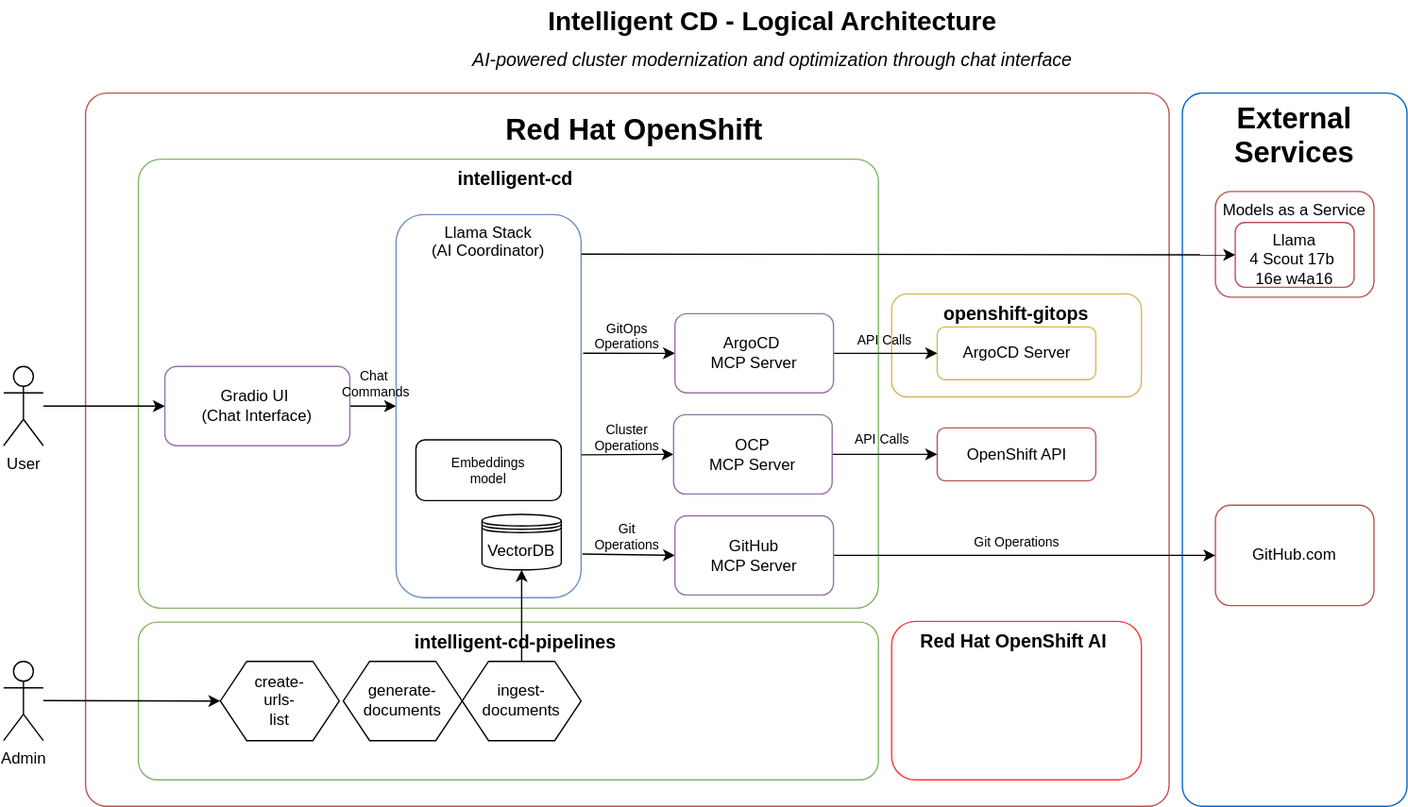
The draw.io diagram docs/images/architecture.svg in alvarolop/intelligent-cd, before a commit. Source tidied: cells renumbered, new cells last; positions are measured from the earlier drawing's top-left corner, leaving out a move shared by most shapes.
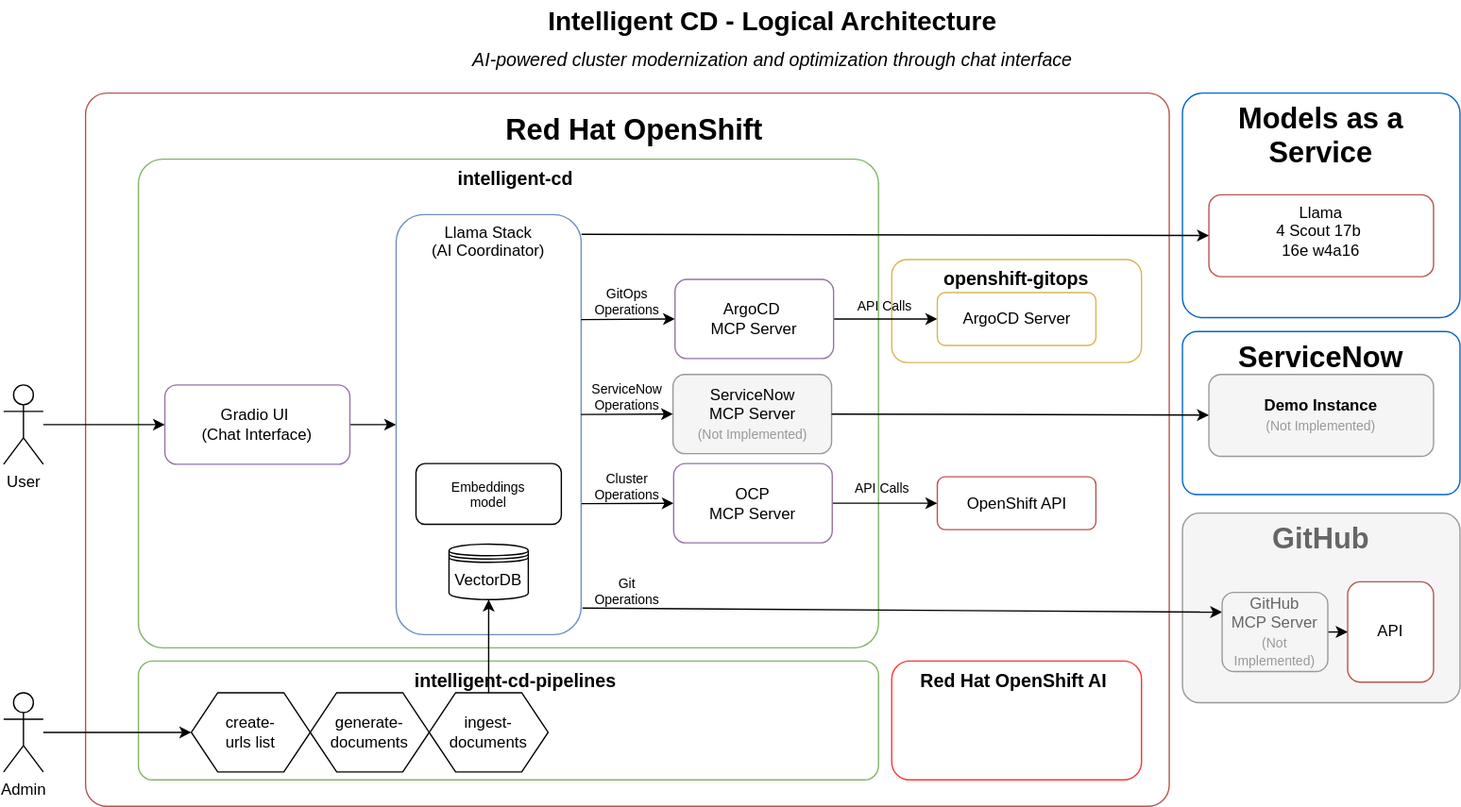
Above is the later version.

Commit message:
🎨 Improve the architecture diagram

Change to the diagram source:
```diff
@@ -2,40 +2,45 @@
   <root>
     <mxCell id="0" />
     <mxCell id="1" parent="0" />
+    <mxCell id="45" value="GitHub" style="rounded=1;whiteSpace=wrap;html=1;fillColor=#f5f5f5;strokeColor=#999999;fontSize=22;fontStyle=1;arcSize=9;verticalAlign=top;fontColor=#666666;" parent="1" vertex="1">
+      <mxGeometry x="892" y="388" width="210" height="143.5" as="geometry" />
+    </mxCell>
     <mxCell id="2" value="Red Hat OpenShift" style="rounded=1;whiteSpace=wrap;html=1;fillColor=#ffffff;strokeColor=#b85450;fontSize=22;fontStyle=1;align=center;verticalAlign=top;spacingLeft=11;spacingTop=9;arcSize=3;" parent="1" vertex="1">
       <mxGeometry x="62" y="70" width="820" height="540" as="geometry" />
     </mxCell>
     <mxCell id="3" value="intelligent-cd" style="rounded=1;whiteSpace=wrap;html=1;fillColor=#ffffff;strokeColor=#82b366;fontSize=14;fontStyle=1;align=center;verticalAlign=top;spacingLeft=11;arcSize=5;" parent="1" vertex="1">
-      <mxGeometry x="102" y="120" width="560" height="340" as="geometry" />
+      <mxGeometry x="102" y="120" width="560" height="370" as="geometry" />
     </mxCell>
     <mxCell id="4" value="openshift-gitops" style="rounded=1;whiteSpace=wrap;html=1;fillColor=#ffffff;strokeColor=#d6b656;fontSize=14;fontStyle=1;verticalAlign=top;" parent="1" vertex="1">
-      <mxGeometry x="672" y="222" width="189" height="78" as="geometry" />
+      <mxGeometry x="672" y="196" width="189" height="78" as="geometry" />
     </mxCell>
-    <mxCell id="5" value="External Services" style="rounded=1;whiteSpace=wrap;html=1;fillColor=#ffffff;strokeColor=#0066CC;fontSize=22;fontStyle=1;arcSize=9;verticalAlign=top;" parent="1" vertex="1">
-      <mxGeometry x="892" y="70" width="170" height="540" as="geometry" />
+    <mxCell id="5" value="Models as a Service" style="rounded=1;whiteSpace=wrap;html=1;fillColor=#ffffff;strokeColor=#0066CC;fontSize=22;fontStyle=1;arcSize=9;verticalAlign=top;" parent="1" vertex="1">
+      <mxGeometry x="892" y="70" width="210" height="170" as="geometry" />
     </mxCell>
     <mxCell id="6" style="edgeStyle=none;html=1;exitX=1;exitY=0.5;exitDx=0;exitDy=0;entryX=0;entryY=0.5;entryDx=0;entryDy=0;" parent="1" edge="1" source="7" target="9">
       <mxGeometry relative="1" as="geometry" />
     </mxCell>
     <mxCell id="7" value="Gradio UI&amp;nbsp;&lt;div&gt;(Chat Interface)&lt;/div&gt;" style="rounded=1;whiteSpace=wrap;html=1;fillColor=#ffffff;strokeColor=#9673a6;fontSize=12;" parent="1" vertex="1">
-      <mxGeometry x="122" y="277" width="140" height="60" as="geometry" />
+      <mxGeometry x="122" y="291" width="140" height="60" as="geometry" />
     </mxCell>
-    <mxCell id="8" style="edgeStyle=none;html=1;exitX=1.007;exitY=0.886;exitDx=0;exitDy=0;entryX=0;entryY=0.5;entryDx=0;entryDy=0;exitPerimeter=0;" parent="1" edge="1" source="9" target="28">
-      <mxGeometry relative="1" as="geometry" />
+    <mxCell id="8" style="edgeStyle=none;html=1;exitX=1.007;exitY=0.886;exitDx=0;exitDy=0;entryX=0;entryY=0.25;entryDx=0;entryDy=0;exitPerimeter=0;" parent="1" edge="1" target="28">
+      <mxGeometry relative="1" as="geometry">
+        <mxPoint x="438" y="459.9" as="sourcePoint" />
+      </mxGeometry>
     </mxCell>
     <mxCell id="9" value="Llama Stack&#10;(AI Coordinator)" style="rounded=1;whiteSpace=wrap;html=1;fillColor=none;strokeColor=#6c8ebf;fontSize=12;verticalAlign=top;" parent="1" vertex="1">
-      <mxGeometry x="297" y="162" width="140" height="290" as="geometry" />
+      <mxGeometry x="297" y="162" width="140" height="318" as="geometry" />
     </mxCell>
     <mxCell id="10" value="ArgoCD Server" style="rounded=1;whiteSpace=wrap;html=1;fillColor=#ffffff;strokeColor=#d6b656;fontSize=12;" parent="1" vertex="1">
-      <mxGeometry x="706.5" y="247" width="120" height="40" as="geometry" />
+      <mxGeometry x="706.5" y="221" width="120" height="40" as="geometry" />
     </mxCell>
-    <mxCell id="11" value="GitHub.com" style="rounded=1;whiteSpace=wrap;html=1;fillColor=#ffffff;strokeColor=#b85450;fontSize=12;" parent="1" vertex="1">
-      <mxGeometry x="917" y="382" width="120" height="76" as="geometry" />
+    <mxCell id="11" value="API" style="rounded=1;whiteSpace=wrap;html=1;fillColor=#ffffff;strokeColor=#b85450;fontSize=12;" parent="1" vertex="1">
+      <mxGeometry x="1017" y="440" width="65" height="76" as="geometry" />
     </mxCell>
     <mxCell id="12" value="OpenShift API" style="rounded=1;whiteSpace=wrap;html=1;fillColor=#ffffff;strokeColor=#b85450;fontSize=12;" parent="1" vertex="1">
-      <mxGeometry x="706.5" y="323.5" width="120" height="40" as="geometry" />
+      <mxGeometry x="706.5" y="360.5" width="120" height="40" as="geometry" />
     </mxCell>
-    <mxCell id="13" style="endArrow=classic;html=1;rounded=0;exitX=1.011;exitY=0.362;exitDx=0;exitDy=0;entryX=0;entryY=0.5;entryDx=0;entryDy=0;exitPerimeter=0;" parent="1" edge="1" source="9" target="24">
+    <mxCell id="13" style="endArrow=classic;html=1;rounded=0;exitX=1;exitY=0.25;exitDx=0;exitDy=0;entryX=0;entryY=0.5;entryDx=0;entryDy=0;" parent="1" edge="1" source="9" target="24">
       <mxGeometry relative="1" as="geometry" />
     </mxCell>
     <mxCell id="14" style="endArrow=classic;html=1;rounded=0;exitX=1;exitY=0.5;exitDx=0;exitDy=0;entryX=0;entryY=0.5;entryDx=0;entryDy=0;" parent="1" edge="1" source="28" target="11">
@@ -44,20 +49,14 @@
     <mxCell id="15" style="endArrow=classic;html=1;rounded=0;exitX=1;exitY=0.5;exitDx=0;exitDy=0;entryX=0;entryY=0.5;entryDx=0;entryDy=0;" parent="1" edge="1" source="31" target="12">
       <mxGeometry relative="1" as="geometry" />
     </mxCell>
-    <mxCell id="16" value="Chat&amp;nbsp;&lt;div&gt;Commands&lt;/div&gt;" style="text;html=1;strokeColor=none;fillColor=none;align=center;verticalAlign=middle;whiteSpace=wrap;rounded=0;fontSize=10;" parent="1" vertex="1">
-      <mxGeometry x="242" y="280" width="80" height="20" as="geometry" />
-    </mxCell>
     <mxCell id="17" value="Cluster Operations" style="text;html=1;strokeColor=none;fillColor=none;align=center;verticalAlign=middle;whiteSpace=wrap;rounded=0;fontSize=10;" parent="1" vertex="1">
-      <mxGeometry x="432" y="321" width="80" height="20" as="geometry" />
+      <mxGeometry x="432" y="358" width="80" height="20" as="geometry" />
     </mxCell>
     <mxCell id="18" value="GitOps Operations" style="text;html=1;strokeColor=none;fillColor=none;align=center;verticalAlign=middle;whiteSpace=wrap;rounded=0;fontSize=10;" parent="1" vertex="1">
-      <mxGeometry x="432" y="244" width="80" height="20" as="geometry" />
+      <mxGeometry x="432" y="218" width="80" height="20" as="geometry" />
     </mxCell>
-    <mxCell id="19" value="Git Operations" style="text;html=1;strokeColor=none;fillColor=none;align=center;verticalAlign=middle;whiteSpace=wrap;rounded=0;fontSize=10;" parent="1" vertex="1">
-      <mxGeometry x="726.5" y="400" width="80" height="20" as="geometry" />
-    </mxCell>
     <mxCell id="20" value="API Calls" style="text;html=1;strokeColor=none;fillColor=none;align=center;verticalAlign=middle;whiteSpace=wrap;rounded=0;fontSize=10;" parent="1" vertex="1">
-      <mxGeometry x="624.5" y="322" width="80" height="20" as="geometry" />
+      <mxGeometry x="624.5" y="359" width="80" height="20" as="geometry" />
     </mxCell>
     <mxCell id="21" value="Intelligent CD - Logical Architecture" style="text;html=1;strokeColor=none;fillColor=none;align=center;verticalAlign=middle;whiteSpace=wrap;rounded=0;fontSize=20;fontStyle=1;" parent="1" vertex="1">
       <mxGeometry x="382" width="400" height="30" as="geometry" />
@@ -69,69 +68,88 @@
       <mxGeometry relative="1" as="geometry" />
     </mxCell>
     <mxCell id="24" value="&lt;span style=&quot;color: rgb(0, 0, 0);&quot;&gt;ArgoCD&amp;nbsp;&lt;/span&gt;&lt;div&gt;&lt;span style=&quot;color: rgb(0, 0, 0);&quot;&gt;MCP Server&lt;/span&gt;&lt;/div&gt;" style="rounded=1;whiteSpace=wrap;html=1;fillColor=#ffffff;strokeColor=#9673a6;fontSize=12;" parent="1" vertex="1">
-      <mxGeometry x="508" y="237" width="120" height="60" as="geometry" />
+      <mxGeometry x="508" y="211" width="120" height="60" as="geometry" />
     </mxCell>
     <mxCell id="25" value="API Calls" style="text;html=1;strokeColor=none;fillColor=none;align=center;verticalAlign=middle;whiteSpace=wrap;rounded=0;fontSize=10;" parent="1" vertex="1">
-      <mxGeometry x="626.5" y="247" width="80" height="20" as="geometry" />
+      <mxGeometry x="626.5" y="221" width="80" height="20" as="geometry" />
     </mxCell>
     <mxCell id="26" style="edgeStyle=none;html=1;" parent="1" edge="1" source="27" target="7">
       <mxGeometry relative="1" as="geometry" />
     </mxCell>
     <mxCell id="27" value="User" style="shape=umlActor;verticalLabelPosition=bottom;verticalAlign=top;html=1;outlineConnect=0;" parent="1" vertex="1">
-      <mxGeometry y="277" width="30" height="60" as="geometry" />
+      <mxGeometry y="291" width="30" height="60" as="geometry" />
     </mxCell>
-    <mxCell id="28" value="&lt;div&gt;&lt;span style=&quot;color: rgb(0, 0, 0);&quot;&gt;GitHub&lt;/span&gt;&lt;div&gt;&lt;span style=&quot;color: rgb(0, 0, 0);&quot;&gt;MCP Server&lt;/span&gt;&lt;/div&gt;" style="rounded=1;whiteSpace=wrap;html=1;fillColor=#ffffff;strokeColor=#9673a6;fontSize=12;" parent="1" vertex="1">
-      <mxGeometry x="508" y="390" width="120" height="60" as="geometry" />
+    <mxCell id="28" value="&lt;div&gt;&lt;span style=&quot;color: rgb(102, 102, 102);&quot;&gt;GitHub&lt;/span&gt;&lt;div&gt;&lt;span style=&quot;color: rgb(102, 102, 102);&quot;&gt;MCP Server&lt;/span&gt;&lt;/div&gt;&lt;div&gt;&lt;span style=&quot;color: rgb(153, 153, 153); font-size: 10px;&quot;&gt;(Not Implemented)&lt;/span&gt;&lt;/div&gt;" style="rounded=1;whiteSpace=wrap;html=1;fillColor=#f5f5f5;strokeColor=#999999;fontSize=12;" parent="1" vertex="1">
+      <mxGeometry x="922" y="448" width="80" height="60" as="geometry" />
     </mxCell>
     <mxCell id="29" value="VectorDB" style="shape=datastore;whiteSpace=wrap;html=1;" parent="1" vertex="1">
-      <mxGeometry x="362" y="389" width="60" height="42" as="geometry" />
+      <mxGeometry x="337" y="411.5" width="60" height="42" as="geometry" />
     </mxCell>
-    <mxCell id="30" style="edgeStyle=none;html=1;exitX=1.002;exitY=0.627;exitDx=0;exitDy=0;entryX=0;entryY=0.5;entryDx=0;entryDy=0;exitPerimeter=0;" parent="1" edge="1" source="9" target="31">
-      <mxGeometry relative="1" as="geometry" />
+    <mxCell id="30" style="edgeStyle=none;html=1;exitX=1.002;exitY=0.627;exitDx=0;exitDy=0;entryX=0;entryY=0.5;entryDx=0;entryDy=0;exitPerimeter=0;" parent="1" edge="1" target="31">
+      <mxGeometry relative="1" as="geometry">
+        <mxPoint x="437.3" y="380.8" as="sourcePoint" />
+      </mxGeometry>
     </mxCell>
     <mxCell id="31" value="&lt;div&gt;&lt;span style=&quot;color: rgb(0, 0, 0);&quot;&gt;OCP&lt;/span&gt;&lt;/div&gt;&lt;div&gt;&lt;span style=&quot;color: rgb(0, 0, 0);&quot;&gt;MCP Server&lt;/span&gt;&lt;/div&gt;" style="rounded=1;whiteSpace=wrap;html=1;fillColor=#ffffff;strokeColor=#9673a6;fontSize=12;" parent="1" vertex="1">
-      <mxGeometry x="507" y="313.5" width="120" height="60" as="geometry" />
+      <mxGeometry x="507" y="350.5" width="120" height="60" as="geometry" />
     </mxCell>
-    <mxCell id="32" value="&lt;div style=&quot;&quot;&gt;&lt;span style=&quot;background-color: transparent;&quot;&gt;Models as a Service&lt;/span&gt;&lt;/div&gt;" style="rounded=1;whiteSpace=wrap;html=1;fillColor=#ffffff;strokeColor=#b85450;fontSize=12;align=center;verticalAlign=top;" parent="1" vertex="1">
-      <mxGeometry x="917" y="144.5" width="120" height="80" as="geometry" />
-    </mxCell>
     <mxCell id="33" value="&lt;div style=&quot;&quot;&gt;&lt;span style=&quot;background-color: transparent;&quot;&gt;Llama&lt;/span&gt;&lt;/div&gt;&lt;div style=&quot;&quot;&gt;&lt;span style=&quot;background-color: transparent;&quot;&gt;4 Scout 17b&amp;nbsp;&lt;/span&gt;&lt;/div&gt;&lt;div style=&quot;&quot;&gt;&lt;span style=&quot;background-color: transparent;&quot;&gt;16e w4a16&lt;/span&gt;&lt;/div&gt;" style="rounded=1;whiteSpace=wrap;html=1;fillColor=#ffffff;strokeColor=#b85450;fontSize=12;align=center;verticalAlign=top;" parent="1" vertex="1">
-      <mxGeometry x="932" y="168" width="90" height="49" as="geometry" />
+      <mxGeometry x="912" y="147" width="170" height="62" as="geometry" />
     </mxCell>
-    <mxCell id="34" style="endArrow=classic;html=1;rounded=0;exitX=1.002;exitY=0.103;exitDx=0;exitDy=0;exitPerimeter=0;" parent="1" edge="1" source="9" target="33">
-      <mxGeometry relative="1" as="geometry" />
+    <mxCell id="34" style="endArrow=classic;html=1;rounded=0;exitX=1.002;exitY=0.103;exitDx=0;exitDy=0;exitPerimeter=0;" parent="1" edge="1" target="33">
+      <mxGeometry relative="1" as="geometry">
+        <mxPoint x="437.3" y="176.9" as="sourcePoint" />
+      </mxGeometry>
     </mxCell>
     <mxCell id="35" value="Admin" style="shape=umlActor;verticalLabelPosition=bottom;verticalAlign=top;html=1;outlineConnect=0;" parent="1" vertex="1">
-      <mxGeometry y="500.2" width="30" height="60" as="geometry" />
+      <mxGeometry y="524" width="30" height="60" as="geometry" />
     </mxCell>
     <mxCell id="36" value="&lt;span style=&quot;color: rgb(0, 0, 0);&quot;&gt;Red Hat OpenShift AI&amp;nbsp;&lt;/span&gt;" style="rounded=1;whiteSpace=wrap;html=1;fillColor=none;strokeColor=#FF3333;fontSize=14;fontStyle=1;verticalAlign=top;" parent="1" vertex="1">
-      <mxGeometry x="672" y="470" width="189" height="120" as="geometry" />
+      <mxGeometry x="672" y="500" width="189" height="90" as="geometry" />
     </mxCell>
     <mxCell id="37" value="intelligent-cd-pipelines" style="rounded=1;whiteSpace=wrap;html=1;fillColor=#ffffff;strokeColor=#82b366;fontSize=14;fontStyle=1;align=center;verticalAlign=top;spacingLeft=11;arcSize=12;" parent="1" vertex="1">
-      <mxGeometry x="102" y="470.5" width="560" height="119.5" as="geometry" />
+      <mxGeometry x="102" y="500" width="560" height="90" as="geometry" />
     </mxCell>
-    <mxCell id="38" style="edgeStyle=none;html=1;entryX=0;entryY=0.5;entryDx=0;entryDy=0;" parent="1" edge="1" target="40">
-      <mxGeometry relative="1" as="geometry">
-        <mxPoint x="30" y="530" as="sourcePoint" />
-      </mxGeometry>
+    <mxCell id="38" style="edgeStyle=none;html=1;entryX=0;entryY=0.5;entryDx=0;entryDy=0;" parent="1" edge="1" source="35" target="40">
+      <mxGeometry relative="1" as="geometry" />
     </mxCell>
     <mxCell id="39" style="edgeStyle=none;html=1;exitX=0.5;exitY=0;exitDx=0;exitDy=0;entryX=0.5;entryY=1;entryDx=0;entryDy=0;" parent="1" edge="1" source="42" target="29">
       <mxGeometry relative="1" as="geometry" />
     </mxCell>
-    <mxCell id="40" value="create-&lt;div&gt;urls-&lt;/div&gt;&lt;div&gt;list&lt;/div&gt;" style="shape=hexagon;perimeter=hexagonPerimeter2;whiteSpace=wrap;html=1;fixedSize=1;" parent="1" vertex="1">
-      <mxGeometry x="164" y="500.2" width="90" height="60" as="geometry" />
+    <mxCell id="40" value="create-&lt;div&gt;urls&amp;nbsp;&lt;span style=&quot;background-color: transparent;&quot;&gt;list&lt;/span&gt;&lt;/div&gt;" style="shape=hexagon;perimeter=hexagonPerimeter2;whiteSpace=wrap;html=1;fixedSize=1;" parent="1" vertex="1">
+      <mxGeometry x="142" y="524" width="90" height="60" as="geometry" />
     </mxCell>
     <mxCell id="41" value="generate-&lt;div&gt;documents&lt;/div&gt;" style="shape=hexagon;perimeter=hexagonPerimeter2;whiteSpace=wrap;html=1;fixedSize=1;" parent="1" vertex="1">
-      <mxGeometry x="257" y="500.2" width="90" height="60" as="geometry" />
+      <mxGeometry x="232" y="524" width="90" height="60" as="geometry" />
     </mxCell>
     <mxCell id="42" value="ingest-&lt;div&gt;documents&lt;/div&gt;" style="shape=hexagon;perimeter=hexagonPerimeter2;whiteSpace=wrap;html=1;fixedSize=1;" parent="1" vertex="1">
-      <mxGeometry x="347" y="500.2" width="90" height="60" as="geometry" />
+      <mxGeometry x="322" y="524" width="90" height="60" as="geometry" />
     </mxCell>
     <mxCell id="43" value="&lt;div&gt;Embeddings&lt;/div&gt;&lt;div&gt;model&lt;/div&gt;" style="rounded=1;whiteSpace=wrap;html=1;fillColor=#ffffff;strokeColor=#000000;fontSize=10;align=center;verticalAlign=middle;" parent="1" vertex="1">
-      <mxGeometry x="312" y="332.5" width="110" height="46" as="geometry" />
+      <mxGeometry x="312" y="350.5" width="110" height="46" as="geometry" />
     </mxCell>
     <mxCell id="44" value="Git&lt;div&gt;Operations&lt;/div&gt;" style="text;html=1;strokeColor=none;fillColor=none;align=center;verticalAlign=middle;whiteSpace=wrap;rounded=0;fontSize=10;" parent="1" vertex="1">
-      <mxGeometry x="432" y="396" width="80" height="20" as="geometry" />
+      <mxGeometry x="432" y="437" width="80" height="20" as="geometry" />
     </mxCell>
+    <mxCell id="46" value="ServiceNow" style="rounded=1;whiteSpace=wrap;html=1;fillColor=#ffffff;strokeColor=#0066CC;fontSize=22;fontStyle=1;arcSize=9;verticalAlign=top;" parent="1" vertex="1">
+      <mxGeometry x="892" y="250.5" width="210" height="123.5" as="geometry" />
+    </mxCell>
+    <mxCell id="47" value="&lt;div style=&quot;&quot;&gt;Demo Instance&lt;br&gt;&lt;span style=&quot;color: rgb(153, 153, 153); font-size: 10px; font-weight: 400;&quot;&gt;(Not Implemented)&lt;/span&gt;&lt;/div&gt;" style="rounded=1;whiteSpace=wrap;html=1;fillColor=#f5f5f5;strokeColor=#999999;fontSize=12;align=center;verticalAlign=middle;fontStyle=1;fontFamily=Helvetica;fontColor=default;" parent="1" vertex="1">
+      <mxGeometry x="912" y="283" width="170" height="62" as="geometry" />
+    </mxCell>
+    <mxCell id="48" value="&lt;div&gt;&lt;span style=&quot;color: rgb(0, 0, 0);&quot;&gt;ServiceNow&lt;/span&gt;&lt;/div&gt;&lt;div&gt;&lt;span style=&quot;color: rgb(0, 0, 0);&quot;&gt;MCP Server&lt;br&gt;&lt;span style=&quot;color: rgb(153, 153, 153); font-size: 10px;&quot;&gt;(Not Implemented)&lt;/span&gt;&lt;/span&gt;&lt;/div&gt;" style="rounded=1;whiteSpace=wrap;html=1;fillColor=#f5f5f5;strokeColor=#999999;fontSize=12;align=center;verticalAlign=middle;fontFamily=Helvetica;fontColor=default;" parent="1" vertex="1">
+      <mxGeometry x="506.5" y="283" width="120" height="60" as="geometry" />
+    </mxCell>
+    <mxCell id="49" style="edgeStyle=none;html=1;exitX=1.002;exitY=0.627;exitDx=0;exitDy=0;entryX=0;entryY=0.5;entryDx=0;entryDy=0;exitPerimeter=0;" parent="1" edge="1" target="48">
+      <mxGeometry relative="1" as="geometry">
+        <mxPoint x="436.8" y="313.3" as="sourcePoint" />
+      </mxGeometry>
+    </mxCell>
+    <mxCell id="50" style="edgeStyle=none;html=1;exitX=1;exitY=0.5;exitDx=0;exitDy=0;" parent="1" edge="1" source="48" target="47">
+      <mxGeometry relative="1" as="geometry" />
+    </mxCell>
+    <mxCell id="51" value="ServiceNow Operations" style="text;html=1;strokeColor=none;fillColor=none;align=center;verticalAlign=middle;whiteSpace=wrap;rounded=0;fontSize=10;" parent="1" vertex="1">
+      <mxGeometry x="432" y="290.2" width="80" height="20" as="geometry" />
+    </mxCell>
   </root>
 </mxGraphModel>
```
